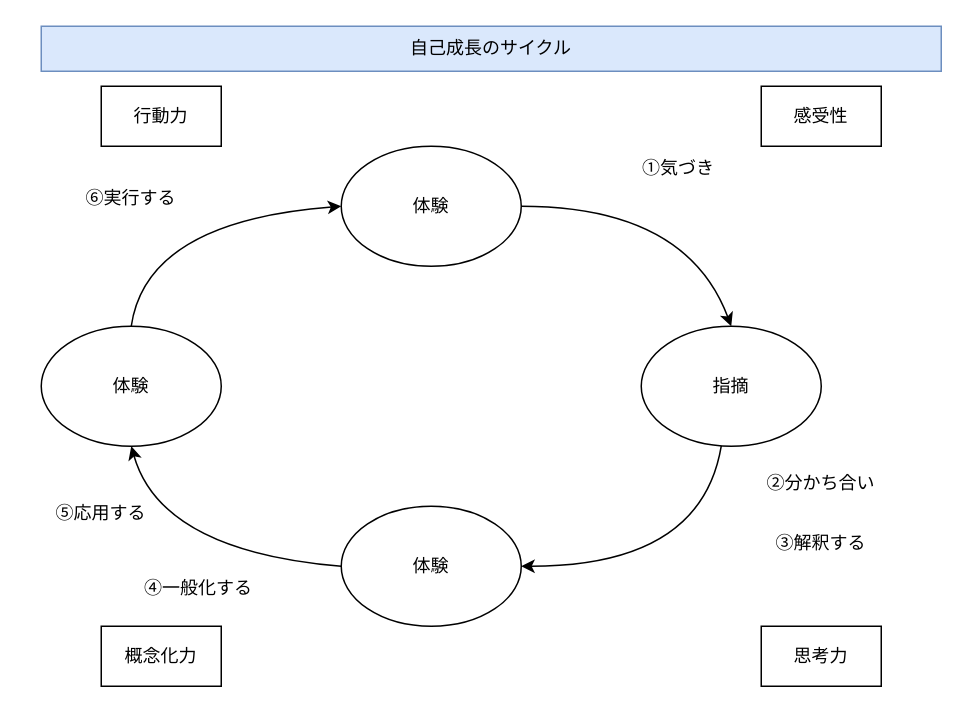
YossyIto/booklog_drowio keeps this draw.io diagram as naisei.drawio. Above is the earlier version. Source tidied: cells renumbered, new cells numbered last; positions are measured from the earlier drawing's top-left corner, leaving out a move shared by most shapes. Both pictures are drawn from the tidied source at 150%, with x=0, y=0 at pixel (26, 26).
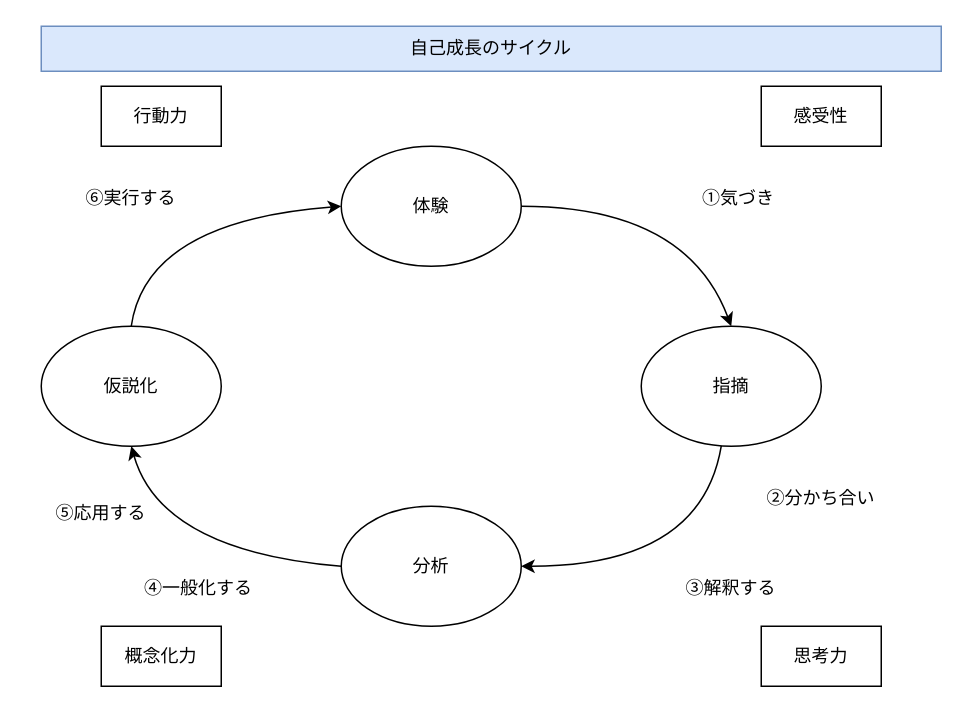
Above is the later version.

Commit message:
naisei.drawio を更新します

What changed in the source:
```diff
@@
-    <mxCell id="7" value="体験" style="ellipse;whiteSpace=wrap;html=1;" parent="1" vertex="1">
+    <mxCell id="7" value="分析" style="ellipse;whiteSpace=wrap;html=1;" parent="1" vertex="1">
       <mxGeometry x="210" y="320" width="120" height="80" as="geometry" />
     </mxCell>
@@
-    <mxCell id="9" value="体験" style="ellipse;whiteSpace=wrap;html=1;" parent="1" vertex="1">
+    <mxCell id="9" value="仮説化" style="ellipse;whiteSpace=wrap;html=1;" parent="1" vertex="1">
       <mxGeometry x="10" y="200" width="120" height="80" as="geometry" />
     </mxCell>
@@
     <mxCell id="12" value="①気づき" style="text;html=1;align=center;verticalAlign=middle;whiteSpace=wrap;rounded=0;" parent="1" vertex="1">
-      <mxGeometry x="370" y="80" width="130" height="30" as="geometry" />
+      <mxGeometry x="410" y="100" width="130" height="30" as="geometry" />
     </mxCell>
@@
     <mxCell id="15" value="➁分かち合い" style="text;html=1;align=center;verticalAlign=middle;whiteSpace=wrap;rounded=0;" parent="1" vertex="1">
-      <mxGeometry x="465" y="290" width="130" height="30" as="geometry" />
+      <mxGeometry x="465" y="300" width="130" height="30" as="geometry" />
     </mxCell>
     <mxCell id="16" value="③解釈する" style="text;html=1;align=center;verticalAlign=middle;whiteSpace=wrap;rounded=0;" parent="1" vertex="1">
-      <mxGeometry x="465" y="330" width="130" height="30" as="geometry" />
+      <mxGeometry x="405" y="360" width="130" height="30" as="geometry" />
     </mxCell>
```
